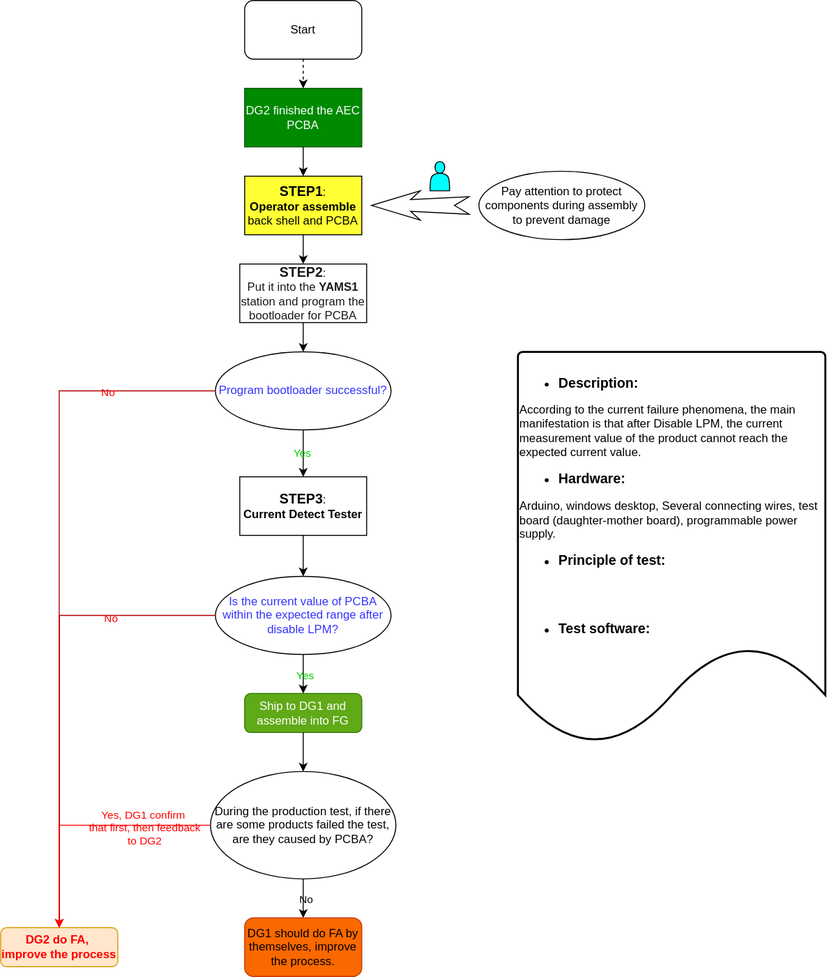
Before: tcp_review/AEC_pre-test_flow.svg, a diagram exported from draw.io (HansLua/test_2). Source tidied: cells renumbered, new cells last; positions are measured from the earlier drawing's top-left corner, leaving out a move shared by most shapes.
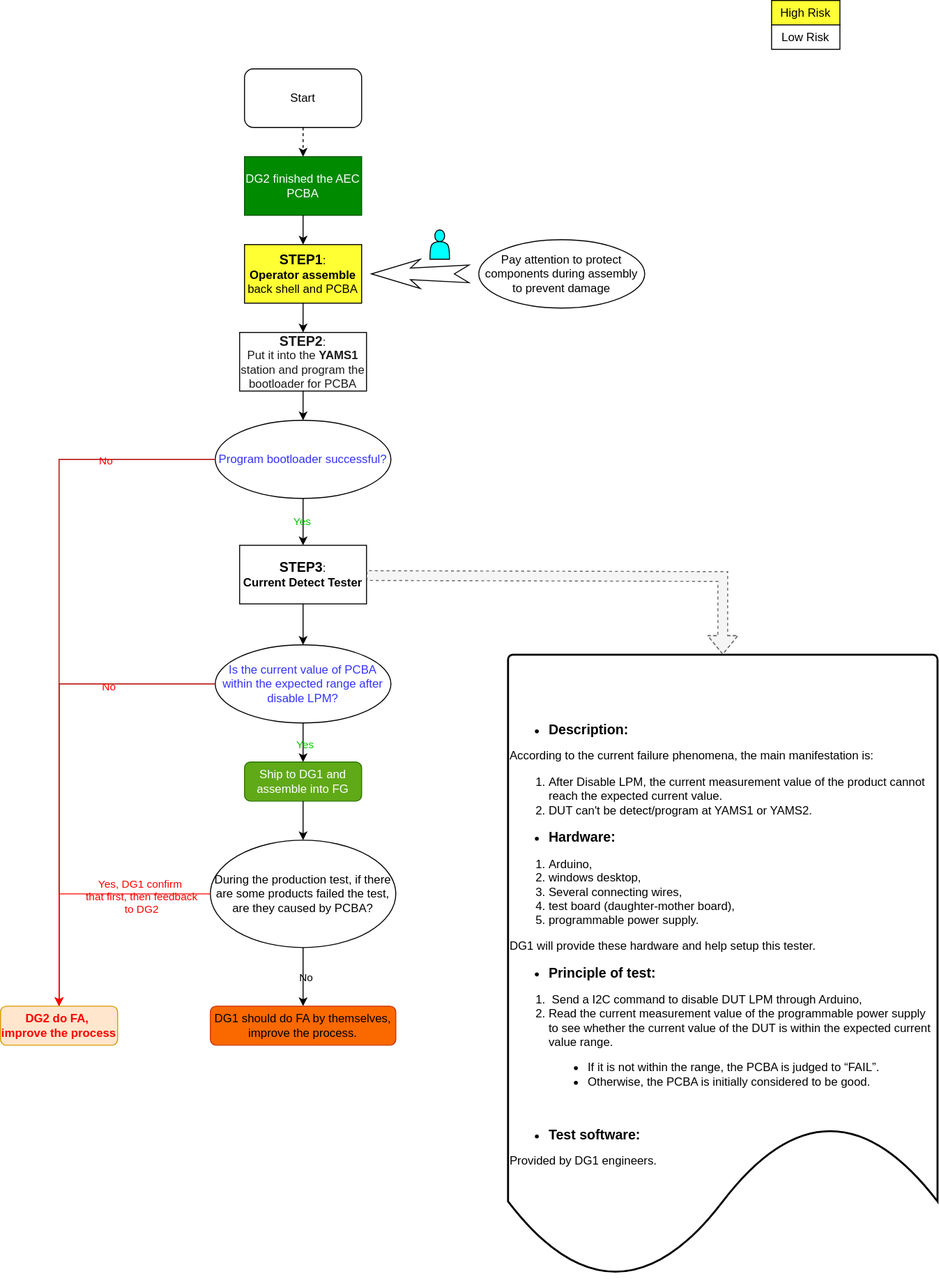
After the change.

The edit, as a diff of the source:
```diff
@@ -4,39 +4,54 @@
     <mxCell id="1" parent="0" />
+    <mxCell id="10" value="&lt;font color=&quot;#ff0000&quot;&gt;&lt;b&gt;DG2 do FA,&amp;nbsp; improve the process&lt;/b&gt;&lt;/font&gt;" style="rounded=1;whiteSpace=wrap;html=1;fillColor=#ffe6cc;strokeColor=#d79b00;labelBackgroundColor=none;" parent="1" vertex="1">
+      <mxGeometry y="960" width="120" height="40" as="geometry" />
+    </mxCell>
+    <mxCell id="34" value="&lt;ul&gt;&lt;li style=&quot;&quot;&gt;&lt;span style=&quot;background-color: initial;&quot;&gt;&lt;font style=&quot;font-size: 14px;&quot;&gt;&lt;b&gt;Description:&lt;/b&gt;&lt;/font&gt;&lt;/span&gt;&lt;/li&gt;&lt;/ul&gt;&lt;span style=&quot;background-color: initial;&quot;&gt;&lt;div style=&quot;&quot;&gt;&lt;span style=&quot;background-color: initial;&quot;&gt;According to the current failure phenomena, the main manifestation is:&lt;/span&gt;&lt;/div&gt;&lt;div style=&quot;&quot;&gt;&lt;ol&gt;&lt;li&gt;&lt;span style=&quot;background-color: initial;&quot;&gt;After Disable LPM, the current measurement value of the product cannot reach the expected current value.&lt;/span&gt;&lt;/li&gt;&lt;li&gt;&lt;span style=&quot;background-color: initial;&quot;&gt;DUT can't be detect/program at YAMS1 or YAMS2.&lt;/span&gt;&lt;/li&gt;&lt;/ol&gt;&lt;/div&gt;&lt;div style=&quot;&quot;&gt;&lt;ul&gt;&lt;li&gt;&lt;font style=&quot;font-size: 14px;&quot;&gt;&lt;b&gt;Hardware:&lt;/b&gt;&lt;/font&gt;&lt;/li&gt;&lt;/ul&gt;&lt;ol&gt;&lt;li&gt;Arduino,&amp;nbsp;&lt;/li&gt;&lt;li&gt;windows desktop,&lt;/li&gt;&lt;li&gt;Several connecting wires,&amp;nbsp;&lt;/li&gt;&lt;li&gt;test board (daughter-mother board),&amp;nbsp;&lt;/li&gt;&lt;li&gt;programmable power supply.&lt;/li&gt;&lt;/ol&gt;&lt;/div&gt;&lt;div style=&quot;&quot;&gt;DG1 will provide these hardware and help setup this tester.&lt;/div&gt;&lt;div style=&quot;&quot;&gt;&lt;ul&gt;&lt;li&gt;&lt;b&gt;&lt;font style=&quot;font-size: 14px;&quot;&gt;Principle of test:&lt;/font&gt;&lt;/b&gt;&lt;/li&gt;&lt;/ul&gt;&lt;/div&gt;&lt;div style=&quot;&quot;&gt;&lt;ol&gt;&lt;li&gt;&amp;nbsp;Send a I2C command to disable DUT LPM through Arduino,&amp;nbsp;&lt;/li&gt;&lt;li&gt;Read the current measurement value of the programmable power supply to see whether the current value of the DUT is within the expected current value range.&lt;/li&gt;&lt;/ol&gt;&lt;/div&gt;&lt;/span&gt;&lt;blockquote style=&quot;margin: 0 0 0 40px; border: none; padding: 0px;&quot;&gt;&lt;ul&gt;&lt;li&gt;&lt;span style=&quot;background-color: initial;&quot;&gt;If it is not within the range, the PCBA is judged to “FAIL”.&amp;nbsp;&lt;/span&gt;&lt;/li&gt;&lt;li&gt;&lt;span style=&quot;background-color: initial;&quot;&gt;Otherwise, the PCBA is initially considered to be good.&lt;/span&gt;&lt;/li&gt;&lt;/ul&gt;&lt;/blockquote&gt;&lt;span style=&quot;background-color: initial;&quot;&gt;&lt;div style=&quot;&quot;&gt;&lt;br&gt;&lt;/div&gt;&lt;div style=&quot;&quot;&gt;&lt;ul&gt;&lt;li&gt;&lt;font size=&quot;1&quot; style=&quot;&quot;&gt;&lt;b style=&quot;font-size: 14px;&quot;&gt;Test software:&lt;/b&gt;&lt;/font&gt;&lt;/li&gt;&lt;/ul&gt;&lt;/div&gt;&lt;div style=&quot;&quot;&gt;Provided by DG1 engineers.&lt;/div&gt;&lt;div style=&quot;&quot;&gt;&lt;br&gt;&lt;/div&gt;&lt;div style=&quot;&quot;&gt;&lt;br&gt;&lt;/div&gt;&lt;div style=&quot;&quot;&gt;&lt;br&gt;&lt;/div&gt;&lt;div style=&quot;&quot;&gt;&lt;br&gt;&lt;/div&gt;&lt;/span&gt;" style="strokeWidth=2;html=1;shape=mxgraph.flowchart.document2;whiteSpace=wrap;size=0.25;align=left;" parent="1" vertex="1">
+      <mxGeometry x="520" y="600" width="440" height="640" as="geometry" />
+    </mxCell>
+    <mxCell id="35" style="group;" parent="1" vertex="1">
+      <mxGeometry x="790" y="-70" width="70" height="50" as="geometry" />
+    </mxCell>
+    <mxCell id="36" value="High Risk" style="rounded=0;whiteSpace=wrap;html=1;fillColor=#FFFF33;" parent="35" vertex="1">
+      <mxGeometry width="70" height="25" as="geometry" />
+    </mxCell>
+    <mxCell id="37" value="Low Risk" style="rounded=0;whiteSpace=wrap;html=1;" parent="35" vertex="1">
+      <mxGeometry y="25" width="70" height="25" as="geometry" />
+    </mxCell>
+    <mxCell id="38" style="group;" parent="1" vertex="1">
+      <mxGeometry x="60" width="680" height="1000" as="geometry" />
+    </mxCell>
-    <mxCell id="2" value="Start" style="rounded=1;whiteSpace=wrap;html=1;labelBackgroundColor=none;" parent="1" vertex="1">
-      <mxGeometry x="250" width="120" height="60" as="geometry" />
+    <mxCell id="2" value="Start" style="rounded=1;whiteSpace=wrap;html=1;labelBackgroundColor=none;" parent="38" vertex="1">
+      <mxGeometry x="190" width="120" height="60" as="geometry" />
     </mxCell>
-    <mxCell id="3" value="DG2 finished the AEC PCBA" style="rounded=0;whiteSpace=wrap;html=1;fillColor=#008a00;fontColor=#ffffff;strokeColor=#005700;labelBackgroundColor=none;" parent="1" vertex="1">
-      <mxGeometry x="250" y="90" width="120" height="60" as="geometry" />
+    <mxCell id="3" value="DG2 finished the AEC PCBA" style="rounded=0;whiteSpace=wrap;html=1;fillColor=#008a00;fontColor=#ffffff;strokeColor=#005700;labelBackgroundColor=none;" parent="38" vertex="1">
+      <mxGeometry x="190" y="90" width="120" height="60" as="geometry" />
     </mxCell>
-    <mxCell id="4" value="&lt;font color=&quot;#1a1a1a&quot;&gt;&lt;b&gt;&lt;font style=&quot;font-size: 14px;&quot;&gt;STEP2&lt;/font&gt;&lt;/b&gt;:&lt;br&gt;Put it into the &lt;b&gt;YAMS1&lt;/b&gt; station and program the bootloader for PCBA&lt;/font&gt;" style="rounded=0;whiteSpace=wrap;html=1;labelBackgroundColor=none;" parent="1" vertex="1">
-      <mxGeometry x="245" y="270" width="130" height="60" as="geometry" />
+    <mxCell id="4" value="&lt;font color=&quot;#1a1a1a&quot;&gt;&lt;b&gt;&lt;font style=&quot;font-size: 14px;&quot;&gt;STEP2&lt;/font&gt;&lt;/b&gt;:&lt;br&gt;Put it into the &lt;b&gt;YAMS1&lt;/b&gt; station and program the bootloader for PCBA&lt;/font&gt;" style="rounded=0;whiteSpace=wrap;html=1;labelBackgroundColor=none;" parent="38" vertex="1">
+      <mxGeometry x="185" y="270" width="130" height="60" as="geometry" />
     </mxCell>
-    <mxCell id="5" value="&lt;b&gt;&lt;font style=&quot;font-size: 14px;&quot;&gt;STEP1&lt;/font&gt;&lt;/b&gt;:&lt;br&gt;&lt;b&gt;Operator assemble&lt;/b&gt; back shell and PCBA" style="rounded=0;whiteSpace=wrap;html=1;fillColor=#FFFF33;labelBackgroundColor=none;" parent="1" vertex="1">
-      <mxGeometry x="250" y="180" width="120" height="60" as="geometry" />
+    <mxCell id="5" value="&lt;b&gt;&lt;font style=&quot;font-size: 14px;&quot;&gt;STEP1&lt;/font&gt;&lt;/b&gt;:&lt;br&gt;&lt;b&gt;Operator assemble&lt;/b&gt; back shell and PCBA" style="rounded=0;whiteSpace=wrap;html=1;fillColor=#FFFF33;labelBackgroundColor=none;" parent="38" vertex="1">
+      <mxGeometry x="190" y="180" width="120" height="60" as="geometry" />
     </mxCell>
-    <mxCell id="6" value="Pay attention to protect components during assembly to prevent damage" style="ellipse;whiteSpace=wrap;html=1;labelBackgroundColor=none;" parent="1" vertex="1">
-      <mxGeometry x="490" y="175" width="170" height="70" as="geometry" />
+    <mxCell id="6" value="Pay attention to protect components during assembly to prevent damage" style="ellipse;whiteSpace=wrap;html=1;labelBackgroundColor=none;" parent="38" vertex="1">
+      <mxGeometry x="430" y="175" width="170" height="70" as="geometry" />
     </mxCell>
-    <mxCell id="7" style="html=1;shadow=0;dashed=0;align=center;verticalAlign=middle;shape=mxgraph.arrows2.stylisedArrow;dy=0.6;dx=40;notch=15;feather=0.4;direction=west;labelBackgroundColor=none;" parent="1" vertex="1">
-      <mxGeometry x="380" y="195" width="100" height="30" as="geometry" />
+    <mxCell id="7" style="html=1;shadow=0;dashed=0;align=center;verticalAlign=middle;shape=mxgraph.arrows2.stylisedArrow;dy=0.6;dx=40;notch=15;feather=0.4;direction=west;labelBackgroundColor=none;" parent="38" vertex="1">
+      <mxGeometry x="320" y="195" width="100" height="30" as="geometry" />
     </mxCell>
-    <mxCell id="8" value="&lt;font color=&quot;#3333ff&quot;&gt;Program bootloader successful?&lt;/font&gt;" style="ellipse;whiteSpace=wrap;html=1;labelBackgroundColor=none;" parent="1" vertex="1">
-      <mxGeometry x="220" y="360" width="180" height="80" as="geometry" />
+    <mxCell id="8" value="&lt;font color=&quot;#3333ff&quot;&gt;Program bootloader successful?&lt;/font&gt;" style="ellipse;whiteSpace=wrap;html=1;labelBackgroundColor=none;" parent="38" vertex="1">
+      <mxGeometry x="160" y="360" width="180" height="80" as="geometry" />
     </mxCell>
-    <mxCell id="9" value="&lt;b&gt;&lt;font style=&quot;font-size: 14px;&quot;&gt;STEP3&lt;/font&gt;&lt;/b&gt;:&lt;br&gt;&lt;b&gt;Current Detect Tester&lt;/b&gt;" style="rounded=0;whiteSpace=wrap;html=1;labelBackgroundColor=none;" parent="1" vertex="1">
-      <mxGeometry x="245" y="488" width="130" height="60" as="geometry" />
+    <mxCell id="9" value="&lt;b&gt;&lt;font style=&quot;font-size: 14px;&quot;&gt;STEP3&lt;/font&gt;&lt;/b&gt;:&lt;br&gt;&lt;b&gt;Current Detect Tester&lt;/b&gt;" style="rounded=0;whiteSpace=wrap;html=1;labelBackgroundColor=none;" parent="38" vertex="1">
+      <mxGeometry x="185" y="488" width="130" height="60" as="geometry" />
     </mxCell>
-    <mxCell id="10" value="&lt;font color=&quot;#ff0000&quot;&gt;&lt;b&gt;DG2 do FA,&amp;nbsp; improve the process&lt;/b&gt;&lt;/font&gt;" style="rounded=1;whiteSpace=wrap;html=1;fillColor=#ffe6cc;strokeColor=#d79b00;labelBackgroundColor=none;" parent="1" vertex="1">
-      <mxGeometry y="950" width="120" height="40" as="geometry" />
-    </mxCell>
-    <mxCell id="11" style="endArrow=classic;html=1;rounded=0;entryX=0.5;entryY=0;entryDx=0;entryDy=0;dashed=1;exitX=0.5;exitY=1;exitDx=0;exitDy=0;labelBackgroundColor=none;" parent="1" edge="1" source="2" target="3">
+    <mxCell id="11" style="endArrow=classic;html=1;rounded=0;entryX=0.5;entryY=0;entryDx=0;entryDy=0;dashed=1;exitX=0.5;exitY=1;exitDx=0;exitDy=0;labelBackgroundColor=none;" parent="38" edge="1" source="2" target="3">
       <mxGeometry relative="1" as="geometry" />
     </mxCell>
-    <mxCell id="12" style="endArrow=classic;html=1;rounded=0;entryX=0.5;entryY=0;entryDx=0;entryDy=0;exitX=0.5;exitY=1;exitDx=0;exitDy=0;labelBackgroundColor=none;" parent="1" edge="1" source="3" target="5">
+    <mxCell id="12" style="endArrow=classic;html=1;rounded=0;entryX=0.5;entryY=0;entryDx=0;entryDy=0;exitX=0.5;exitY=1;exitDx=0;exitDy=0;labelBackgroundColor=none;" parent="38" edge="1" source="3" target="5">
       <mxGeometry relative="1" as="geometry" />
     </mxCell>
-    <mxCell id="13" style="endArrow=classic;html=1;rounded=0;entryX=0.5;entryY=0;entryDx=0;entryDy=0;exitX=0.5;exitY=1;exitDx=0;exitDy=0;labelBackgroundColor=none;" parent="1" edge="1" source="5" target="4">
+    <mxCell id="13" style="endArrow=classic;html=1;rounded=0;entryX=0.5;entryY=0;entryDx=0;entryDy=0;exitX=0.5;exitY=1;exitDx=0;exitDy=0;labelBackgroundColor=none;" parent="38" edge="1" source="5" target="4">
       <mxGeometry relative="1" as="geometry" />
     </mxCell>
-    <mxCell id="14" style="endArrow=classic;html=1;rounded=0;entryX=0.5;entryY=0;entryDx=0;entryDy=0;exitX=0.5;exitY=1;exitDx=0;exitDy=0;labelBackgroundColor=none;" parent="1" edge="1" source="8" target="9">
+    <mxCell id="14" style="endArrow=classic;html=1;rounded=0;entryX=0.5;entryY=0;entryDx=0;entryDy=0;exitX=0.5;exitY=1;exitDx=0;exitDy=0;labelBackgroundColor=none;" parent="38" edge="1" source="8" target="9">
       <mxGeometry relative="1" as="geometry" />
@@ -46,15 +61,15 @@
     </mxCell>
-    <mxCell id="16" style="shape=actor;whiteSpace=wrap;html=1;fillColor=#00FFFF;labelBackgroundColor=none;" parent="1" vertex="1">
-      <mxGeometry x="440" y="165" width="20" height="30" as="geometry" />
+    <mxCell id="16" style="shape=actor;whiteSpace=wrap;html=1;fillColor=#00FFFF;labelBackgroundColor=none;" parent="38" vertex="1">
+      <mxGeometry x="380" y="165" width="20" height="30" as="geometry" />
     </mxCell>
-    <mxCell id="17" value="&lt;font color=&quot;#3333ff&quot;&gt;Is the current value of PCBA within the expected range after disable LPM?&lt;/font&gt;" style="ellipse;whiteSpace=wrap;html=1;labelBackgroundColor=none;" parent="1" vertex="1">
-      <mxGeometry x="220" y="590" width="180" height="80" as="geometry" />
+    <mxCell id="17" value="&lt;font color=&quot;#3333ff&quot;&gt;Is the current value of PCBA within the expected range after disable LPM?&lt;/font&gt;" style="ellipse;whiteSpace=wrap;html=1;labelBackgroundColor=none;" parent="38" vertex="1">
+      <mxGeometry x="160" y="590" width="180" height="80" as="geometry" />
     </mxCell>
-    <mxCell id="18" style="endArrow=classic;html=1;rounded=0;entryX=0.5;entryY=0;entryDx=0;entryDy=0;exitX=0.5;exitY=1;exitDx=0;exitDy=0;labelBackgroundColor=none;" parent="1" edge="1" source="9" target="17">
+    <mxCell id="18" style="endArrow=classic;html=1;rounded=0;entryX=0.5;entryY=0;entryDx=0;entryDy=0;exitX=0.5;exitY=1;exitDx=0;exitDy=0;labelBackgroundColor=none;" parent="38" edge="1" source="9" target="17">
       <mxGeometry relative="1" as="geometry" />
     </mxCell>
-    <mxCell id="19" value="Ship to DG1 and assemble into FG" style="rounded=1;whiteSpace=wrap;html=1;fillColor=#60a917;fontColor=#ffffff;strokeColor=#2D7600;labelBackgroundColor=none;" parent="1" vertex="1">
-      <mxGeometry x="250" y="710" width="120" height="40" as="geometry" />
+    <mxCell id="19" value="Ship to DG1 and assemble into FG" style="rounded=1;whiteSpace=wrap;html=1;fillColor=#60a917;fontColor=#ffffff;strokeColor=#2D7600;labelBackgroundColor=none;" parent="38" vertex="1">
+      <mxGeometry x="190" y="710" width="120" height="40" as="geometry" />
     </mxCell>
-    <mxCell id="20" style="endArrow=classic;html=1;rounded=0;entryX=0.5;entryY=0;entryDx=0;entryDy=0;exitX=0.5;exitY=1;exitDx=0;exitDy=0;labelBackgroundColor=none;" parent="1" edge="1" source="17" target="19">
+    <mxCell id="20" style="endArrow=classic;html=1;rounded=0;entryX=0.5;entryY=0;entryDx=0;entryDy=0;exitX=0.5;exitY=1;exitDx=0;exitDy=0;labelBackgroundColor=none;" parent="38" edge="1" source="17" target="19">
       <mxGeometry relative="1" as="geometry" />
@@ -64,6 +79,6 @@
     </mxCell>
-    <mxCell id="22" style="endArrow=classic;html=1;rounded=0;entryX=0.5;entryY=0;entryDx=0;entryDy=0;exitX=0;exitY=0.5;exitDx=0;exitDy=0;fillColor=#e51400;strokeColor=#B20000;labelBackgroundColor=none;" parent="1" edge="1" source="8" target="10">
+    <mxCell id="22" style="endArrow=classic;html=1;rounded=0;entryX=0.5;entryY=0;entryDx=0;entryDy=0;exitX=0;exitY=0.5;exitDx=0;exitDy=0;fillColor=#e51400;strokeColor=#B20000;labelBackgroundColor=none;" parent="38" edge="1" source="8" target="10">
       <mxGeometry relative="1" as="geometry">
         <Array as="points">
-          <mxPoint x="60" y="400" />
+          <mxPoint y="400" />
         </Array>
@@ -74,6 +89,6 @@
     </mxCell>
-    <mxCell id="24" style="endArrow=classic;html=1;rounded=0;entryX=0.5;entryY=0;entryDx=0;entryDy=0;exitX=0;exitY=0.5;exitDx=0;exitDy=0;fillColor=#e51400;strokeColor=#B20000;labelBackgroundColor=none;" parent="1" edge="1" source="17" target="10">
+    <mxCell id="24" style="endArrow=classic;html=1;rounded=0;entryX=0.5;entryY=0;entryDx=0;entryDy=0;exitX=0;exitY=0.5;exitDx=0;exitDy=0;fillColor=#e51400;strokeColor=#B20000;labelBackgroundColor=none;" parent="38" edge="1" source="17" target="10">
       <mxGeometry relative="1" as="geometry">
         <Array as="points">
-          <mxPoint x="60" y="630" />
+          <mxPoint y="630" />
         </Array>
@@ -84,15 +99,15 @@
     </mxCell>
-    <mxCell id="26" style="endArrow=classic;html=1;rounded=0;entryX=0.5;entryY=0;entryDx=0;entryDy=0;exitX=0.5;exitY=1;exitDx=0;exitDy=0;labelBackgroundColor=none;" parent="1" edge="1" source="4" target="8">
+    <mxCell id="26" style="endArrow=classic;html=1;rounded=0;entryX=0.5;entryY=0;entryDx=0;entryDy=0;exitX=0.5;exitY=1;exitDx=0;exitDy=0;labelBackgroundColor=none;" parent="38" edge="1" source="4" target="8">
       <mxGeometry relative="1" as="geometry" />
     </mxCell>
-    <mxCell id="27" value="During the production test, if there are some products failed the test, are they caused by PCBA?" style="ellipse;whiteSpace=wrap;html=1;labelBackgroundColor=none;" parent="1" vertex="1">
-      <mxGeometry x="215" y="790" width="190" height="110" as="geometry" />
+    <mxCell id="27" value="During the production test, if there are some products failed the test, are they caused by PCBA?" style="ellipse;whiteSpace=wrap;html=1;labelBackgroundColor=none;" parent="38" vertex="1">
+      <mxGeometry x="155" y="790" width="190" height="110" as="geometry" />
     </mxCell>
-    <mxCell id="28" style="endArrow=classic;html=1;rounded=0;entryX=0.5;entryY=0;entryDx=0;entryDy=0;exitX=0.5;exitY=1;exitDx=0;exitDy=0;labelBackgroundColor=none;" parent="1" edge="1" source="19" target="27">
+    <mxCell id="28" style="endArrow=classic;html=1;rounded=0;entryX=0.5;entryY=0;entryDx=0;entryDy=0;exitX=0.5;exitY=1;exitDx=0;exitDy=0;labelBackgroundColor=none;" parent="38" edge="1" source="19" target="27">
       <mxGeometry relative="1" as="geometry" />
     </mxCell>
-    <mxCell id="29" value="DG1 should do FA by themselves, improve the process." style="rounded=1;whiteSpace=wrap;html=1;fillColor=#fa6800;fontColor=#000000;strokeColor=#C73500;labelBackgroundColor=none;" parent="1" vertex="1">
-      <mxGeometry x="250" y="940" width="120" height="60" as="geometry" />
+    <mxCell id="29" value="DG1 should do FA by themselves, improve the process." style="rounded=1;whiteSpace=wrap;html=1;fillColor=#fa6800;fontColor=#000000;strokeColor=#C73500;labelBackgroundColor=none;" parent="38" vertex="1">
+      <mxGeometry x="155" y="960" width="190" height="40" as="geometry" />
     </mxCell>
-    <mxCell id="30" style="endArrow=classic;html=1;rounded=0;entryX=0.5;entryY=0;entryDx=0;entryDy=0;exitX=0.5;exitY=1;exitDx=0;exitDy=0;labelBackgroundColor=none;" parent="1" edge="1" source="27" target="29">
+    <mxCell id="30" style="endArrow=classic;html=1;rounded=0;entryX=0.5;entryY=0;entryDx=0;entryDy=0;exitX=0.5;exitY=1;exitDx=0;exitDy=0;labelBackgroundColor=none;" parent="38" edge="1" source="27" target="29">
       <mxGeometry relative="1" as="geometry" />
@@ -102,6 +117,6 @@
     </mxCell>
-    <mxCell id="32" style="endArrow=classic;html=1;rounded=0;entryX=0.5;entryY=0;entryDx=0;entryDy=0;exitX=0;exitY=0.5;exitDx=0;exitDy=0;strokeColor=#FF0000;labelBackgroundColor=none;" parent="1" edge="1" source="27" target="10">
+    <mxCell id="32" style="endArrow=classic;html=1;rounded=0;entryX=0.5;entryY=0;entryDx=0;entryDy=0;exitX=0;exitY=0.5;exitDx=0;exitDy=0;strokeColor=#FF0000;labelBackgroundColor=none;" parent="38" edge="1" source="27" target="10">
       <mxGeometry relative="1" as="geometry">
         <Array as="points">
-          <mxPoint x="60" y="845" />
+          <mxPoint y="845" />
         </Array>
@@ -112,5 +127,10 @@
     </mxCell>
-    <mxCell id="34" value="&lt;ul&gt;&lt;li style=&quot;&quot;&gt;&lt;span style=&quot;background-color: initial;&quot;&gt;&lt;font style=&quot;font-size: 14px;&quot;&gt;&lt;b&gt;Description:&lt;/b&gt;&lt;/font&gt;&lt;/span&gt;&lt;/li&gt;&lt;/ul&gt;&lt;span style=&quot;background-color: initial;&quot;&gt;&lt;div style=&quot;&quot;&gt;&lt;span style=&quot;background-color: initial;&quot;&gt;According to the current failure phenomena, the main manifestation is that after Disable LPM, the current measurement value of the product cannot reach the expected current value.&lt;/span&gt;&lt;/div&gt;&lt;div style=&quot;&quot;&gt;&lt;ul&gt;&lt;li&gt;&lt;font style=&quot;font-size: 14px;&quot;&gt;&lt;b&gt;Hardware:&lt;/b&gt;&lt;/font&gt;&lt;/li&gt;&lt;/ul&gt;Arduino, windows desktop,&amp;nbsp;Several connecting wires, test board (daughter-mother board), programmable power supply.&lt;/div&gt;&lt;div style=&quot;&quot;&gt;&lt;ul&gt;&lt;li&gt;&lt;b&gt;&lt;font style=&quot;font-size: 14px;&quot;&gt;Principle of test:&lt;/font&gt;&lt;/b&gt;&lt;/li&gt;&lt;/ul&gt;&lt;/div&gt;&lt;div style=&quot;&quot;&gt;&lt;br&gt;&lt;/div&gt;&lt;div style=&quot;&quot;&gt;&lt;br&gt;&lt;/div&gt;&lt;div style=&quot;&quot;&gt;&lt;ul&gt;&lt;li&gt;&lt;font size=&quot;1&quot; style=&quot;&quot;&gt;&lt;b style=&quot;font-size: 14px;&quot;&gt;Test software:&lt;/b&gt;&lt;/font&gt;&lt;/li&gt;&lt;/ul&gt;&lt;/div&gt;&lt;div style=&quot;&quot;&gt;&lt;br&gt;&lt;/div&gt;&lt;div style=&quot;&quot;&gt;&lt;br&gt;&lt;/div&gt;&lt;div style=&quot;&quot;&gt;&lt;br&gt;&lt;/div&gt;&lt;div style=&quot;&quot;&gt;&lt;br&gt;&lt;/div&gt;&lt;div style=&quot;&quot;&gt;&lt;br&gt;&lt;/div&gt;&lt;div style=&quot;&quot;&gt;&lt;br&gt;&lt;/div&gt;&lt;/span&gt;" style="strokeWidth=2;html=1;shape=mxgraph.flowchart.document2;whiteSpace=wrap;size=0.25;align=left;" parent="1" vertex="1">
-      <mxGeometry x="530" y="360" width="315" height="402" as="geometry" />
-    </mxCell>
+    <mxCell id="39" style="shape=flexArrow;endArrow=classic;html=1;rounded=0;exitX=1;exitY=0.5;exitDx=0;exitDy=0;entryX=0.5;entryY=0;entryDx=0;entryDy=0;entryPerimeter=0;dashed=1;fillColor=#f5f5f5;fillStyle=auto;strokeColor=#666666;" parent="38" edge="1" target="34">
+      <mxGeometry relative="1" as="geometry">
+        <mxPoint x="315" y="519" as="sourcePoint" />
+        <Array as="points">
+          <mxPoint x="680" y="520" />
+        </Array>
+      </mxGeometry>
+    </mxCell>
   </root>
```
